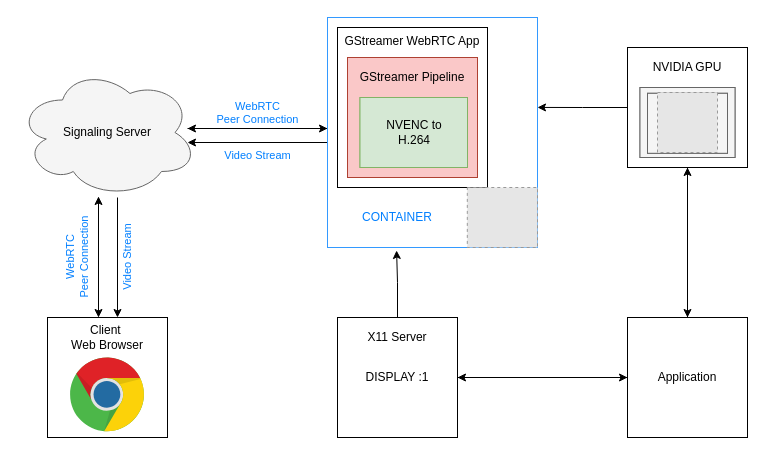
Before: page "Server Backend System Architecture" (4 of 10) of docs/img/Architecture.drawio in Truvam/web-3d, a draw.io diagram. Source tidied: cells renumbered, new cells numbered last; positions are measured from the earlier drawing's top-left corner, leaving out a move shared by most shapes. Both pictures are drawn from the tidied source at 100%, with x=0, y=0 at pixel (17, 17). Pictures stored in the file or linked from it are replaced by grey dashed boxes.
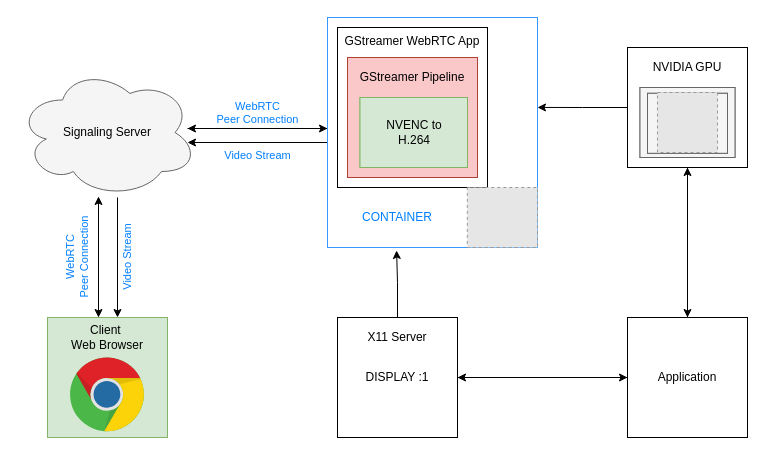
The same page after the edit.

The change refers to these unchanged cells:
```xml
<mxCell id="6" style="group;" parent="1" vertex="1">
  <mxGeometry x="30" y="300" width="120" height="120" as="geometry" />
</mxCell>
```

Change to the diagram source:
```diff
@@
-    <mxCell id="7" style="whiteSpace=wrap;html=1;" parent="6" vertex="1">
+    <mxCell id="7" style="whiteSpace=wrap;html=1;fillColor=#d5e8d4;strokeColor=#82b366;" parent="6" vertex="1">
       <mxGeometry width="120" height="120" as="geometry" />
     </mxCell>
```
